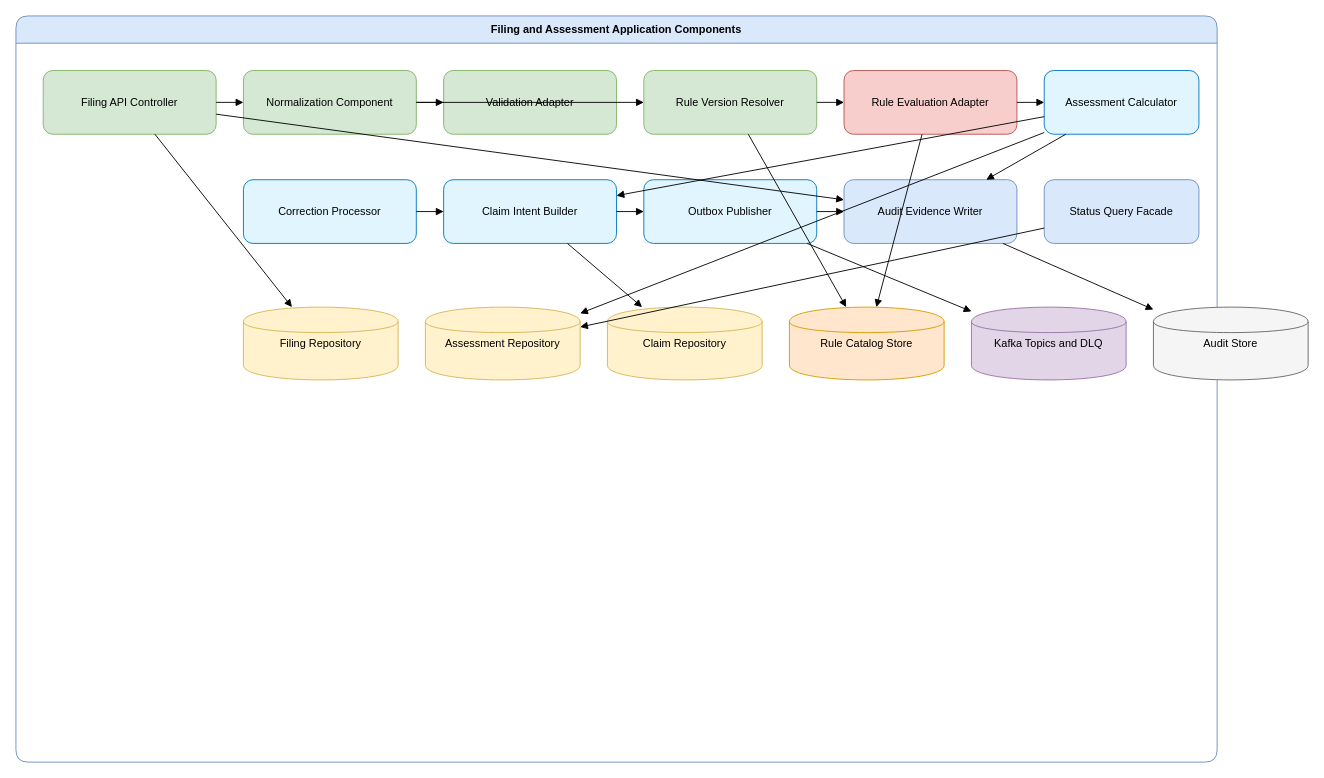
This is design/drawings/component-diagram.drawio from nc-tbi/VATRI-Codex, a draw.io file, before an edit. Source tidied: cells renumbered, new cells numbered last; positions are measured from the earlier drawing's top-left corner, leaving out a move shared by most shapes. Both pictures are drawn from the tidied source at 91%, with x=0, y=0 at pixel (15, 15).
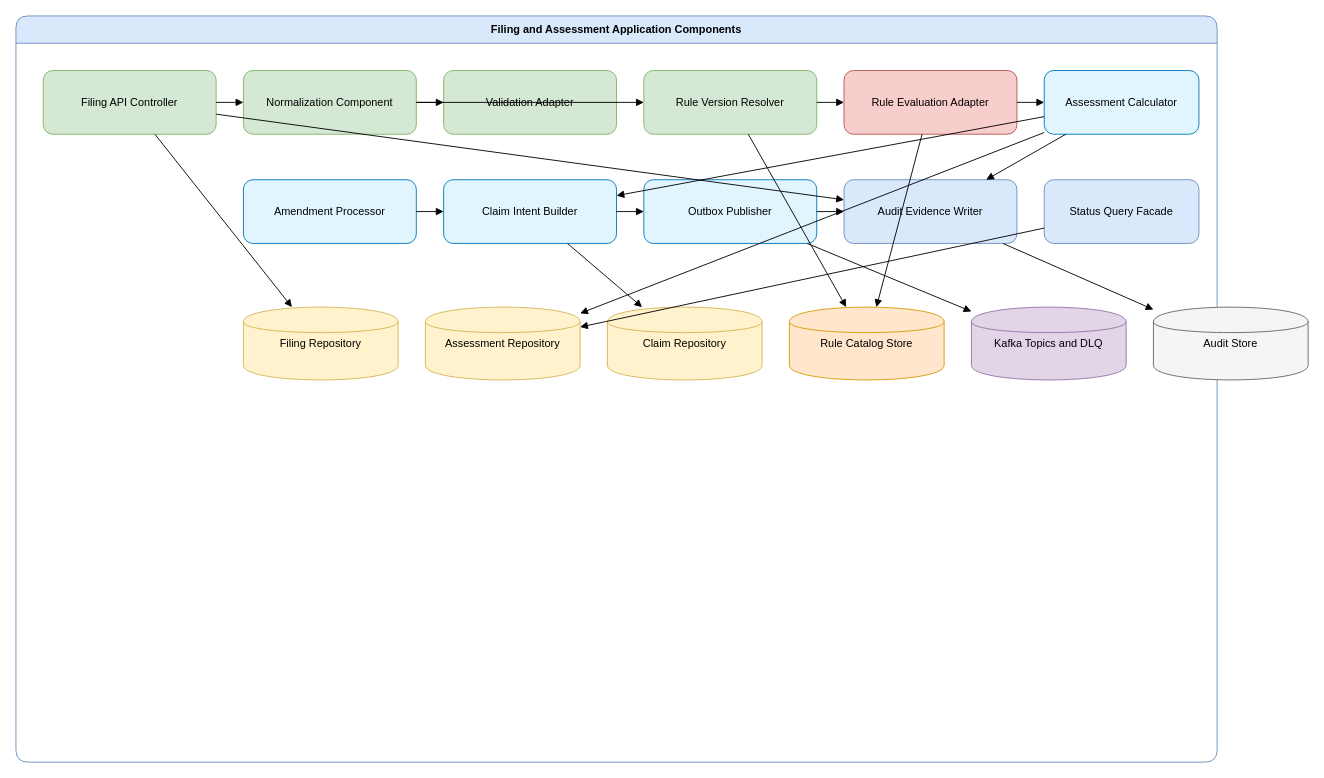
After the change.

Unchanged cells that the change refers to:
```xml
<mxCell id="2" value="Filing and Assessment Application Components" style="swimlane;rounded=1;whiteSpace=wrap;html=1;startSize=30;fillColor=#dae8fc;strokeColor=#6c8ebf;" parent="1" vertex="1">
  <mxGeometry width="1320" height="820" as="geometry" />
</mxCell>
```

Change to the diagram source:
```diff
@@
-    <mxCell id="9" value="Correction Processor" style="rounded=1;whiteSpace=wrap;html=1;fillColor=#e1f5fe;strokeColor=#0277bd;" parent="2" vertex="1">
+    <mxCell id="9" value="Amendment Processor" style="rounded=1;whiteSpace=wrap;html=1;fillColor=#e1f5fe;strokeColor=#0277bd;" parent="2" vertex="1">
       <mxGeometry x="250" y="180" width="190" height="70" as="geometry" />
     </mxCell>
```
